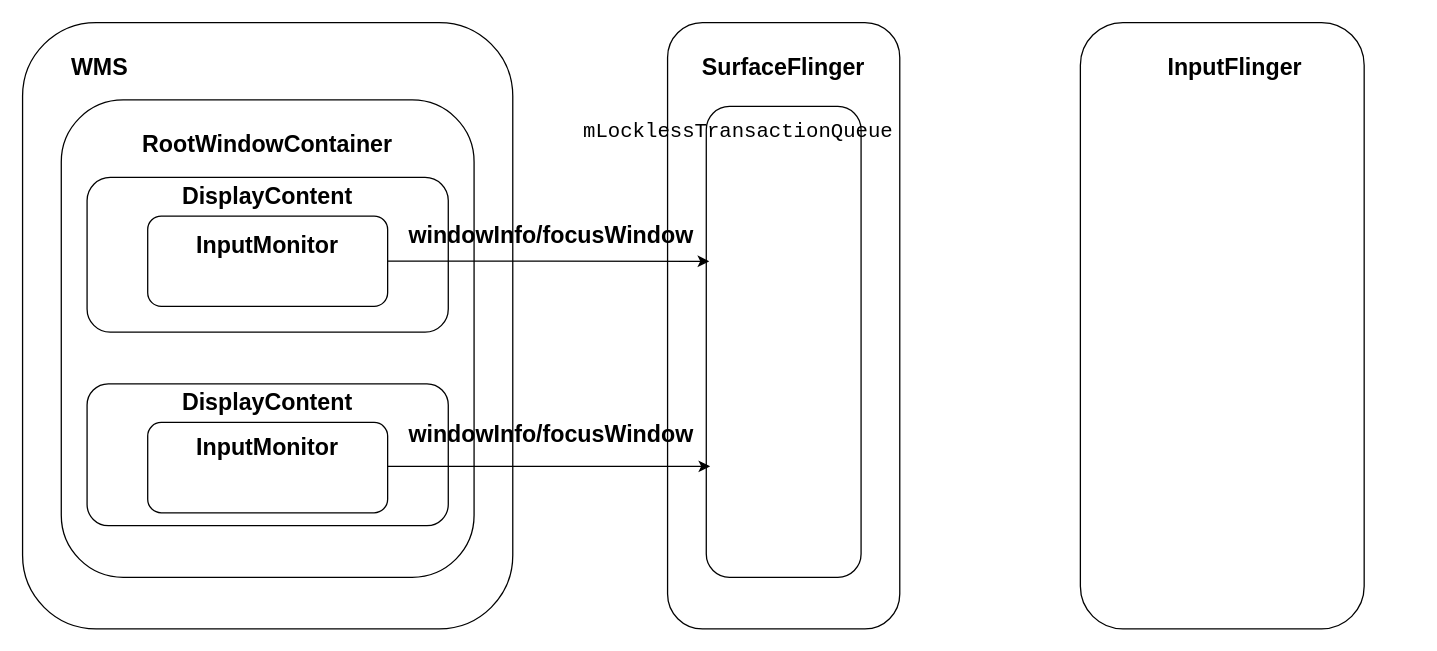
The draw.io diagram 未命名绘图.drawio in xyboo/draw.io, before the edit. Source tidied: cells renumbered, new cells numbered last; positions are measured from the earlier drawing's top-left corner, leaving out a move shared by most shapes. Both pictures are drawn from the tidied source at 129%, with x=0, y=0 at pixel (22, 22).
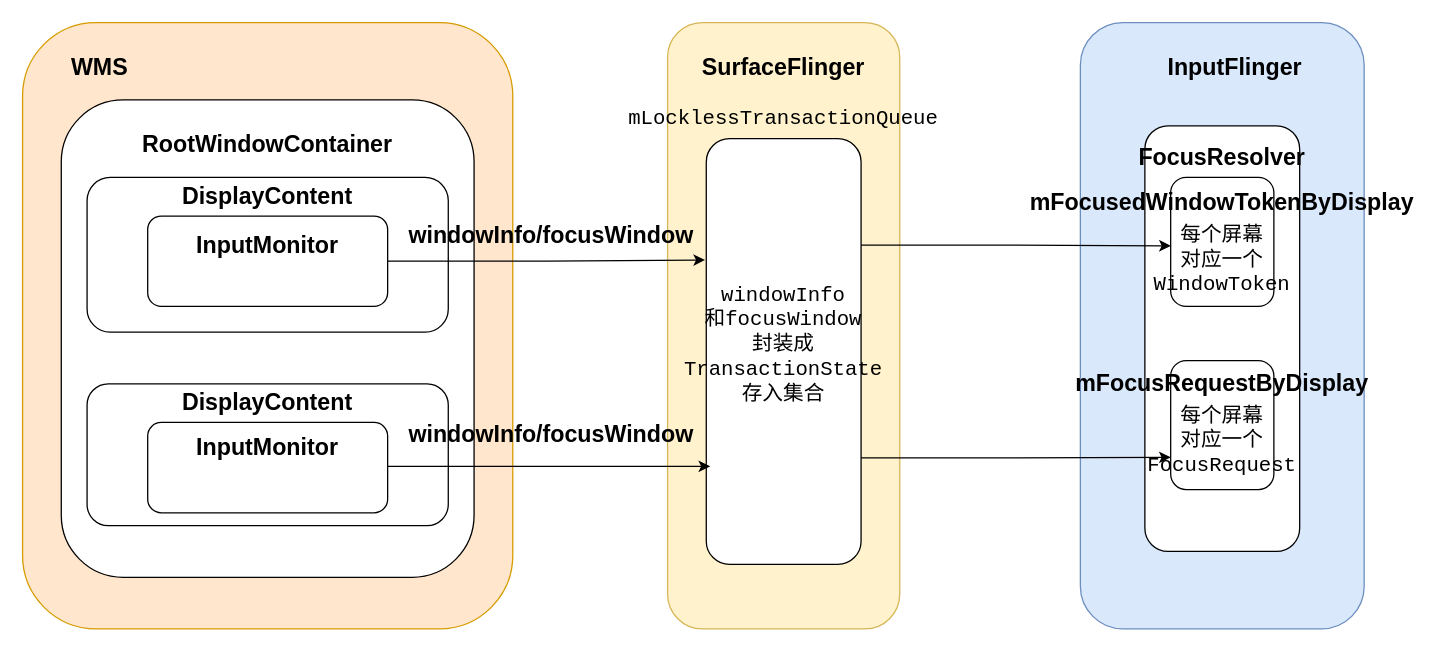
After the change.

Commit message:
更新未命名绘图.drawio

Unchanged cells that the change refers to:
```xml
<mxCell id="10" style="rounded=1;whiteSpace=wrap;html=1;" parent="1" vertex="1">
  <mxGeometry x="97" y="150" width="186" height="70" as="geometry" />
</mxCell>
```

What changed in the source:
```diff
@@
-    <mxCell id="2" style="rounded=1;whiteSpace=wrap;html=1;glass=0;" parent="1" vertex="1">
+    <mxCell id="2" style="rounded=1;whiteSpace=wrap;html=1;glass=0;fillColor=#ffe6cc;strokeColor=#d79b00;" parent="1" vertex="1">
       <mxGeometry width="380" height="470" as="geometry" />
     </mxCell>
@@
-    <mxCell id="14" style="rounded=1;whiteSpace=wrap;html=1;" parent="1" vertex="1">
+    <mxCell id="14" style="rounded=1;whiteSpace=wrap;html=1;fillColor=#fff2cc;strokeColor=#d6b656;" parent="1" vertex="1">
       <mxGeometry x="500" width="180" height="470" as="geometry" />
     </mxCell>
@@
-    <mxCell id="16" style="rounded=1;whiteSpace=wrap;html=1;" parent="1" vertex="1">
+    <mxCell id="16" style="rounded=1;whiteSpace=wrap;html=1;fillColor=#dae8fc;strokeColor=#6c8ebf;" parent="1" vertex="1">
       <mxGeometry x="820" width="220" height="470" as="geometry" />
     </mxCell>
@@
     <mxCell id="18" style="rounded=1;whiteSpace=wrap;html=1;" parent="1" vertex="1">
-      <mxGeometry x="530" y="65" width="120" height="365" as="geometry" />
+      <mxGeometry x="530" y="90" width="120" height="330" as="geometry" />
     </mxCell>
     <mxCell id="19" value="&lt;div style=&quot;font-family: &amp;quot;JetBrains Mono&amp;quot;, monospace; font-size: 12pt; white-space: pre;&quot;&gt;mLocklessTransactionQueue&lt;/div&gt;" style="text;align=center;html=1;verticalAlign=middle;whiteSpace=wrap;rounded=0;" parent="1" vertex="1">
-      <mxGeometry x="525" y="70" width="60" height="30" as="geometry" />
+      <mxGeometry x="560" y="60" width="60" height="30" as="geometry" />
     </mxCell>
-    <mxCell id="20" style="edgeStyle=orthogonalEdgeStyle;rounded=0;jettySize=auto;html=1;exitX=1;exitY=0.5;exitDx=0;exitDy=0;entryX=0.019;entryY=0.329;entryDx=0;entryDy=0;entryPerimeter=0;" parent="1" edge="1" source="10" target="18">
+    <mxCell id="20" style="edgeStyle=orthogonalEdgeStyle;rounded=0;jettySize=auto;html=1;exitX=1;exitY=0.5;exitDx=0;exitDy=0;entryX=-0.008;entryY=0.285;entryDx=0;entryDy=0;entryPerimeter=0;" parent="1" edge="1" source="10" target="18">
       <mxGeometry relative="1" as="geometry" />
     </mxCell>
@@
+    <mxCell id="24" style="rounded=1;whiteSpace=wrap;html=1;" parent="1" vertex="1">
+      <mxGeometry x="870" y="80" width="120" height="330" as="geometry" />
+    </mxCell>
+    <mxCell id="25" value="&lt;span style=&quot;font-size: 18px;&quot;&gt;&lt;b&gt;FocusResolver&lt;/b&gt;&lt;/span&gt;" style="text;align=center;html=1;verticalAlign=middle;whiteSpace=wrap;rounded=0;" parent="1" vertex="1">
+      <mxGeometry x="900" y="90" width="60" height="30" as="geometry" />
+    </mxCell>
+    <mxCell id="26" style="rounded=1;whiteSpace=wrap;html=1;fontFamily=Helvetica;fontSize=11;fontColor=default;labelBackgroundColor=default;" parent="1" vertex="1">
+      <mxGeometry x="890" y="120" width="80" height="100" as="geometry" />
+    </mxCell>
+    <mxCell id="27" value="&lt;span style=&quot;font-size: 18px;&quot;&gt;&lt;b&gt;mFocusedWindowTokenByDisplay&lt;/b&gt;&lt;/span&gt;" style="text;align=center;html=1;verticalAlign=middle;whiteSpace=wrap;rounded=0;" parent="1" vertex="1">
+      <mxGeometry x="900" y="125" width="60" height="30" as="geometry" />
+    </mxCell>
+    <mxCell id="28" style="rounded=1;whiteSpace=wrap;html=1;fontFamily=Helvetica;fontSize=11;fontColor=default;labelBackgroundColor=default;" parent="1" vertex="1">
+      <mxGeometry x="890" y="262" width="80" height="100" as="geometry" />
+    </mxCell>
+    <mxCell id="29" value="&lt;span style=&quot;font-size: 18px;&quot;&gt;&lt;b&gt;mFocusRequestByDisplay&lt;/b&gt;&lt;/span&gt;" style="text;align=center;html=1;verticalAlign=middle;whiteSpace=wrap;rounded=0;" parent="1" vertex="1">
+      <mxGeometry x="900" y="265" width="60" height="30" as="geometry" />
+    </mxCell>
+    <mxCell id="30" style="edgeStyle=orthogonalEdgeStyle;shape=connector;rounded=0;jettySize=auto;html=1;exitX=1;exitY=0.25;exitDx=0;exitDy=0;entryX=0.167;entryY=0.282;entryDx=0;entryDy=0;entryPerimeter=0;strokeColor=default;align=center;verticalAlign=middle;fontFamily=Helvetica;fontSize=11;fontColor=default;labelBackgroundColor=default;endArrow=classic;" parent="1" edge="1" source="18" target="24">
+      <mxGeometry relative="1" as="geometry" />
+    </mxCell>
+    <mxCell id="31" style="edgeStyle=orthogonalEdgeStyle;shape=connector;rounded=0;jettySize=auto;html=1;exitX=1;exitY=0.75;exitDx=0;exitDy=0;entryX=0;entryY=0.75;entryDx=0;entryDy=0;strokeColor=default;align=center;verticalAlign=middle;fontFamily=Helvetica;fontSize=11;fontColor=default;labelBackgroundColor=default;endArrow=classic;" parent="1" edge="1" source="18" target="28">
+      <mxGeometry relative="1" as="geometry" />
+    </mxCell>
+    <mxCell id="32" value="&lt;div style=&quot;font-family: &amp;quot;JetBrains Mono&amp;quot;, monospace; font-size: 12pt; white-space: pre;&quot;&gt;windowInfo&lt;/div&gt;&lt;div style=&quot;font-family: &amp;quot;JetBrains Mono&amp;quot;, monospace; font-size: 12pt; white-space: pre;&quot;&gt;和focusWindow&lt;/div&gt;&lt;div style=&quot;font-family: &amp;quot;JetBrains Mono&amp;quot;, monospace; font-size: 12pt; white-space: pre;&quot;&gt;封装成&lt;/div&gt;&lt;div style=&quot;font-family: &amp;quot;JetBrains Mono&amp;quot;, monospace; font-size: 12pt; white-space: pre;&quot;&gt;TransactionState&lt;/div&gt;&lt;div style=&quot;font-family: &amp;quot;JetBrains Mono&amp;quot;, monospace; font-size: 12pt; white-space: pre;&quot;&gt;存入集合&lt;/div&gt;&lt;div style=&quot;font-family: &amp;quot;JetBrains Mono&amp;quot;, monospace; font-size: 12pt; white-space: pre;&quot;&gt;&lt;br&gt;&lt;/div&gt;" style="text;align=center;html=1;verticalAlign=middle;whiteSpace=wrap;rounded=0;" parent="1" vertex="1">
+      <mxGeometry x="560" y="150" width="60" height="220" as="geometry" />
+    </mxCell>
+    <mxCell id="33" value="&lt;div style=&quot;font-family: &amp;quot;JetBrains Mono&amp;quot;, monospace; font-size: 12pt; white-space: pre;&quot;&gt;每个屏幕&lt;/div&gt;&lt;div style=&quot;font-family: &amp;quot;JetBrains Mono&amp;quot;, monospace; font-size: 12pt; white-space: pre;&quot;&gt;对应一个&lt;/div&gt;&lt;div style=&quot;font-family: &amp;quot;JetBrains Mono&amp;quot;, monospace; font-size: 12pt; white-space: pre;&quot;&gt;WindowToken&lt;/div&gt;" style="text;align=center;html=1;verticalAlign=middle;whiteSpace=wrap;rounded=0;" parent="1" vertex="1">
+      <mxGeometry x="900" y="110" width="60" height="150" as="geometry" />
+    </mxCell>
+    <mxCell id="34" value="&lt;div style=&quot;font-family: &amp;quot;JetBrains Mono&amp;quot;, monospace; font-size: 12pt; white-space: pre;&quot;&gt;每个屏幕&lt;/div&gt;&lt;div style=&quot;font-family: &amp;quot;JetBrains Mono&amp;quot;, monospace; font-size: 12pt; white-space: pre;&quot;&gt;对应一个&lt;/div&gt;&lt;div style=&quot;font-family: &amp;quot;JetBrains Mono&amp;quot;, monospace; font-size: 12pt; white-space: pre;&quot;&gt;FocusRequest&lt;/div&gt;" style="text;align=center;html=1;verticalAlign=middle;whiteSpace=wrap;rounded=0;" parent="1" vertex="1">
+      <mxGeometry x="900" y="250" width="60" height="150" as="geometry" />
+    </mxCell>
```
